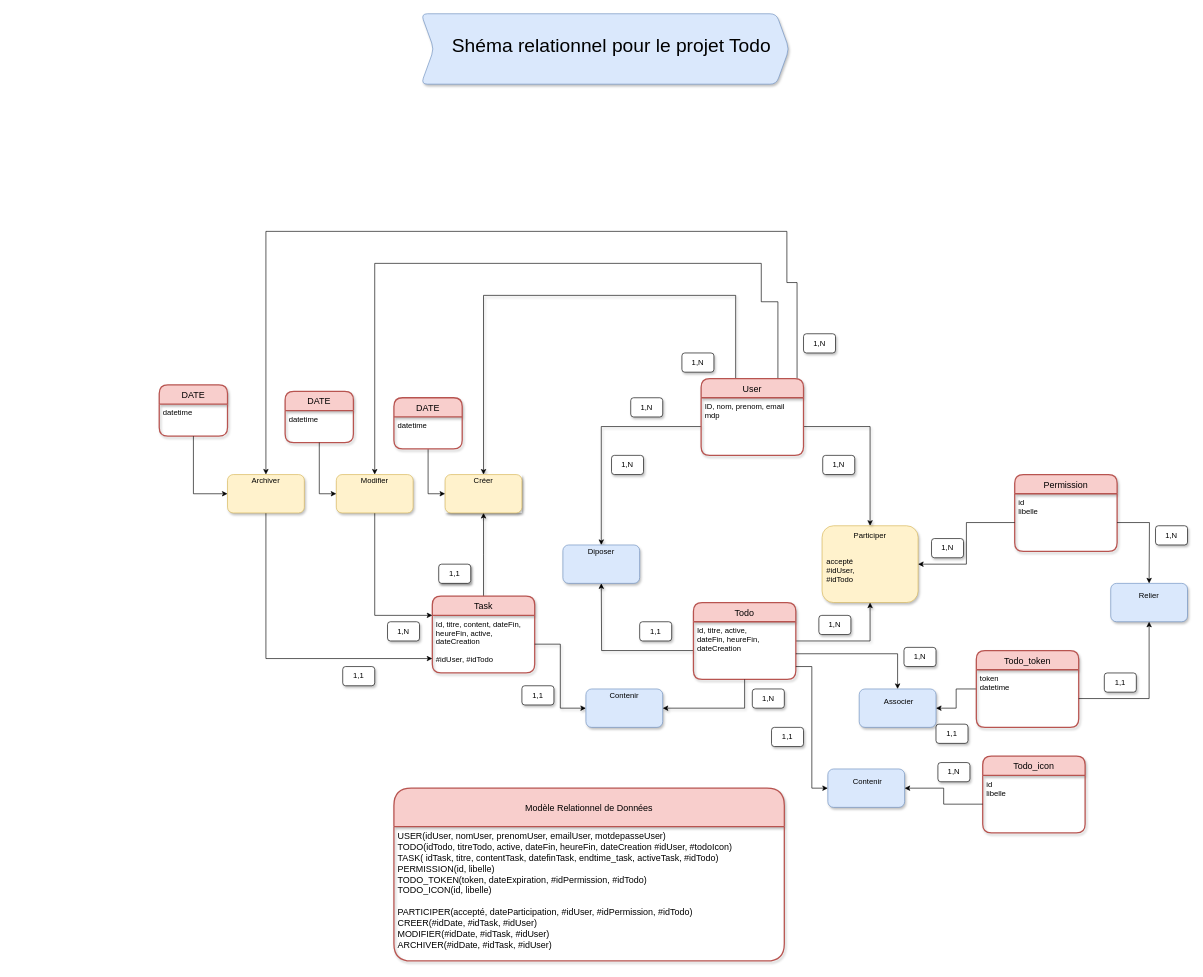
The draw.io diagram public/assets/todo_diagramBDD.drawio in BaptisteLecat/Todo, before the edit. Source tidied: cells renumbered, new cells numbered last; positions are measured from the earlier drawing's top-left corner, leaving out a move shared by most shapes. Both pictures are drawn from the tidied source at 64%, with x=0, y=0 at pixel (159, 13).
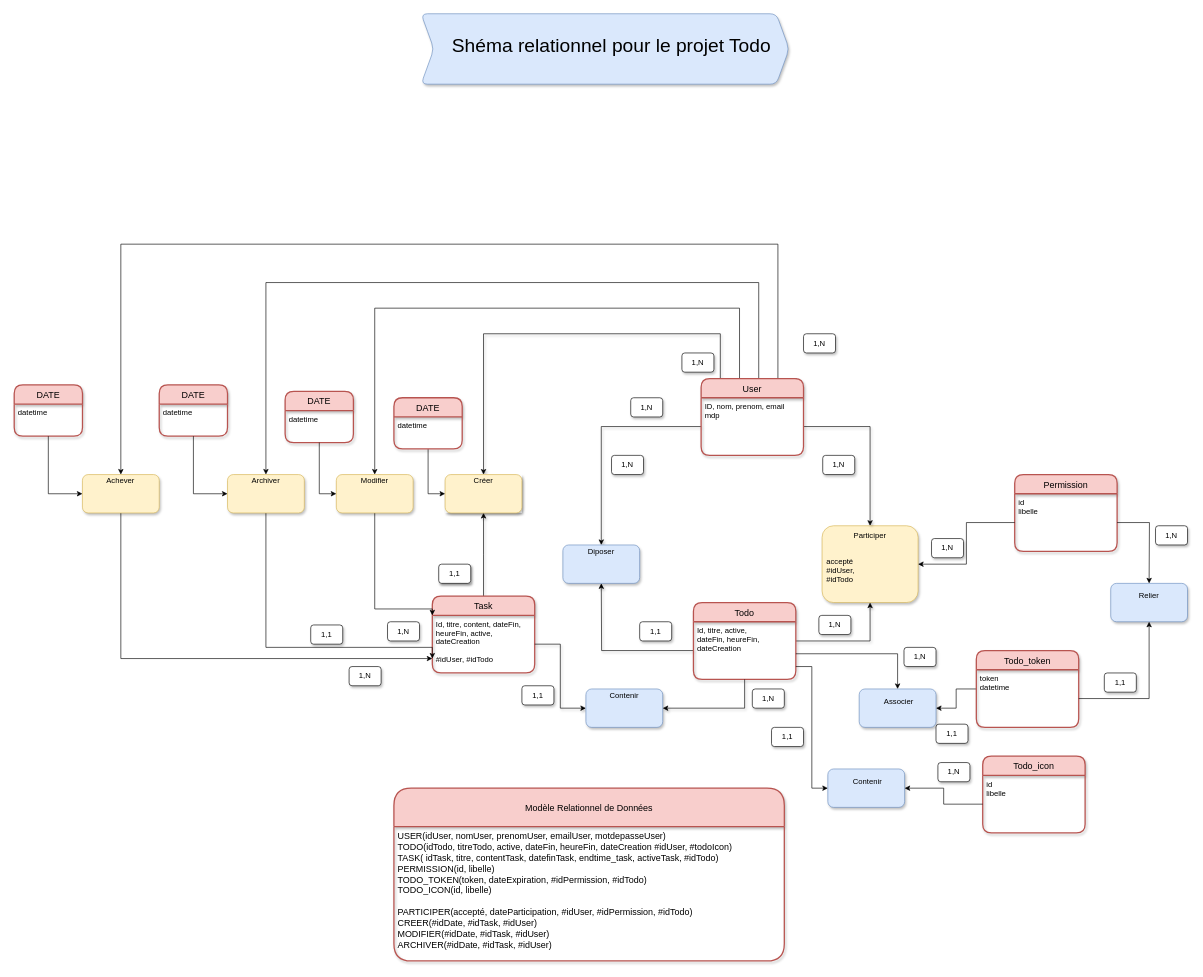
The same page after the edit.

Unchanged cells that the change refers to:
```xml
<mxCell id="26" value="User" style="swimlane;horizontal=1;startSize=30;rounded=1;fontSize=14;fontStyle=0;strokeWidth=2;shadow=1;dashed=0;align=center;fillColor=#f8cecc;strokeColor=#b85450;" parent="1" vertex="1">
  <mxGeometry x="847" y="570" width="160" height="120" as="geometry" />
</mxCell>
<mxCell id="30" value="Id, titre, content, dateFin,&#10;heureFin, active, &#10;dateCreation&#10;&#10;#idUser, #idTodo" style="align=left;strokeColor=none;fillColor=none;spacingLeft=4;fontSize=12;verticalAlign=top;shadow=1;" parent="29" vertex="1">
  <mxGeometry y="30" width="160" height="90" as="geometry" />
</mxCell>
<mxCell id="68" style="rounded=1;whiteSpace=wrap;html=1;fillColor=#fff2cc;strokeColor=#d6b656;shadow=1;" parent="1" vertex="1">
  <mxGeometry x="277" y="720" width="120" height="60" as="geometry" />
</mxCell>
<mxCell id="69" value="Modifier" style="text;html=1;strokeColor=none;fillColor=none;align=center;verticalAlign=middle;whiteSpace=wrap;rounded=0;shadow=1;" parent="1" vertex="1">
  <mxGeometry x="317" y="720" width="40" height="20" as="geometry" />
</mxCell>
<mxCell id="77" style="rounded=1;whiteSpace=wrap;html=1;fillColor=#fff2cc;strokeColor=#d6b656;shadow=1;" parent="1" vertex="1">
  <mxGeometry x="107" y="720" width="120" height="60" as="geometry" />
</mxCell>
```

Change to the diagram source:
```diff
@@
     <mxCell id="23" style="edgeStyle=orthogonalEdgeStyle;rounded=0;jettySize=auto;html=1;entryX=0.5;entryY=0;entryDx=0;entryDy=0;shadow=1;" parent="1" edge="1" source="26">
       <mxGeometry relative="1" as="geometry">
         <mxPoint x="507" y="720" as="targetPoint" />
         <Array as="points">
-          <mxPoint x="901" y="440" />
-          <mxPoint x="507" y="440" />
+          <mxPoint x="877" y="500" />
+          <mxPoint x="507" y="500" />
         </Array>
       </mxGeometry>
     </mxCell>
     <mxCell id="24" style="edgeStyle=orthogonalEdgeStyle;rounded=0;jettySize=auto;html=1;exitX=0.75;exitY=0;exitDx=0;exitDy=0;entryX=0.5;entryY=0;entryDx=0;entryDy=0;" parent="1" edge="1" source="26" target="69">
       <mxGeometry relative="1" as="geometry">
         <Array as="points">
-          <mxPoint x="967" y="450" />
-          <mxPoint x="941" y="450" />
-          <mxPoint x="941" y="390" />
-          <mxPoint x="337" y="390" />
+          <mxPoint x="907" y="570" />
+          <mxPoint x="907" y="460" />
+          <mxPoint x="337" y="460" />
         </Array>
       </mxGeometry>
     </mxCell>
     <mxCell id="25" style="edgeStyle=orthogonalEdgeStyle;rounded=0;jettySize=auto;html=1;exitX=0.937;exitY=0.002;exitDx=0;exitDy=0;entryX=0.5;entryY=0;entryDx=0;entryDy=0;exitPerimeter=0;" parent="1" edge="1" source="26" target="77">
       <mxGeometry relative="1" as="geometry">
         <Array as="points">
-          <mxPoint x="997" y="420" />
-          <mxPoint x="981" y="420" />
-          <mxPoint x="981" y="340" />
-          <mxPoint x="167" y="340" />
+          <mxPoint x="937" y="570" />
+          <mxPoint x="937" y="420" />
+          <mxPoint x="167" y="420" />
         </Array>
       </mxGeometry>
     </mxCell>
+    <mxCell id="127" style="edgeStyle=orthogonalEdgeStyle;rounded=0;jettySize=auto;html=1;entryX=0.5;entryY=0;entryDx=0;entryDy=0;" parent="1" edge="1" source="26" target="133">
+      <mxGeometry relative="1" as="geometry">
+        <Array as="points">
+          <mxPoint x="967" y="360" />
+          <mxPoint x="-60" y="360" />
+        </Array>
+      </mxGeometry>
+    </mxCell>
@@
     <mxCell id="67" style="edgeStyle=orthogonalEdgeStyle;rounded=0;jettySize=auto;html=1;" parent="1" edge="1" source="68">
       <mxGeometry relative="1" as="geometry">
         <mxPoint x="427" y="940" as="targetPoint" />
         <Array as="points">
-          <mxPoint x="337" y="940" />
-          <mxPoint x="427" y="940" />
+          <mxPoint x="337" y="930" />
+          <mxPoint x="427" y="930" />
         </Array>
       </mxGeometry>
     </mxCell>
@@
     <mxCell id="76" style="edgeStyle=orthogonalEdgeStyle;rounded=0;jettySize=auto;html=1;entryX=0;entryY=0.75;entryDx=0;entryDy=0;" parent="1" edge="1" source="77" target="30">
       <mxGeometry relative="1" as="geometry">
         <Array as="points">
-          <mxPoint x="167" y="1007" />
+          <mxPoint x="167" y="990" />
+          <mxPoint x="427" y="990" />
         </Array>
       </mxGeometry>
     </mxCell>
@@
     <mxCell id="82" style="rounded=1;whiteSpace=wrap;html=1;shadow=1;" parent="1" vertex="1">
-      <mxGeometry x="287" y="1020" width="50" height="30" as="geometry" />
+      <mxGeometry x="237" y="955" width="50" height="30" as="geometry" />
     </mxCell>
     <mxCell id="83" value="1,1" style="text;html=1;strokeColor=none;fillColor=none;align=center;verticalAlign=middle;whiteSpace=wrap;rounded=0;shadow=1;" parent="1" vertex="1">
-      <mxGeometry x="292" y="1025" width="40" height="20" as="geometry" />
+      <mxGeometry x="242" y="960" width="40" height="20" as="geometry" />
     </mxCell>
@@
+    <mxCell id="128" style="edgeStyle=orthogonalEdgeStyle;rounded=0;jettySize=auto;html=1;entryX=0;entryY=0.75;entryDx=0;entryDy=0;" parent="1" edge="1" source="129" target="30">
+      <mxGeometry relative="1" as="geometry">
+        <Array as="points">
+          <mxPoint x="-60" y="1008" />
+        </Array>
+      </mxGeometry>
+    </mxCell>
+    <mxCell id="129" style="rounded=1;whiteSpace=wrap;html=1;fillColor=#fff2cc;strokeColor=#d6b656;shadow=1;" parent="1" vertex="1">
+      <mxGeometry x="-119.7" y="720" width="120" height="60" as="geometry" />
+    </mxCell>
+    <mxCell id="130" value="DATE" style="swimlane;horizontal=1;startSize=30;rounded=1;fontSize=14;fontStyle=0;strokeWidth=2;shadow=1;dashed=0;align=center;fillColor=#f8cecc;strokeColor=#b85450;" parent="1" vertex="1">
+      <mxGeometry x="-226.3" y="580" width="106.7" height="80" as="geometry" />
+    </mxCell>
+    <mxCell id="131" value="datetime" style="align=left;strokeColor=none;fillColor=none;spacingLeft=4;fontSize=12;verticalAlign=top;shadow=1;" parent="130" vertex="1">
+      <mxGeometry y="30" width="106.7" height="50" as="geometry" />
+    </mxCell>
+    <mxCell id="132" style="edgeStyle=orthogonalEdgeStyle;rounded=0;jettySize=auto;html=1;entryX=0;entryY=0.5;entryDx=0;entryDy=0;" parent="1" edge="1" source="131" target="129">
+      <mxGeometry relative="1" as="geometry" />
+    </mxCell>
+    <mxCell id="133" value="Achever" style="text;html=1;strokeColor=none;fillColor=none;align=center;verticalAlign=middle;whiteSpace=wrap;rounded=0;shadow=1;" parent="1" vertex="1">
+      <mxGeometry x="-79.7" y="720" width="40" height="20" as="geometry" />
+    </mxCell>
+    <mxCell id="134" style="group;shadow=1;" parent="1" vertex="1">
+      <mxGeometry x="297" y="1020" width="50" height="30" as="geometry" />
+    </mxCell>
+    <mxCell id="135" style="rounded=1;whiteSpace=wrap;html=1;shadow=1;" parent="134" vertex="1">
+      <mxGeometry width="50" height="30" as="geometry" />
+    </mxCell>
+    <mxCell id="136" value="1,N" style="text;html=1;strokeColor=none;fillColor=none;align=center;verticalAlign=middle;whiteSpace=wrap;rounded=0;shadow=1;" parent="134" vertex="1">
+      <mxGeometry x="5" y="5" width="40" height="20" as="geometry" />
+    </mxCell>
```
